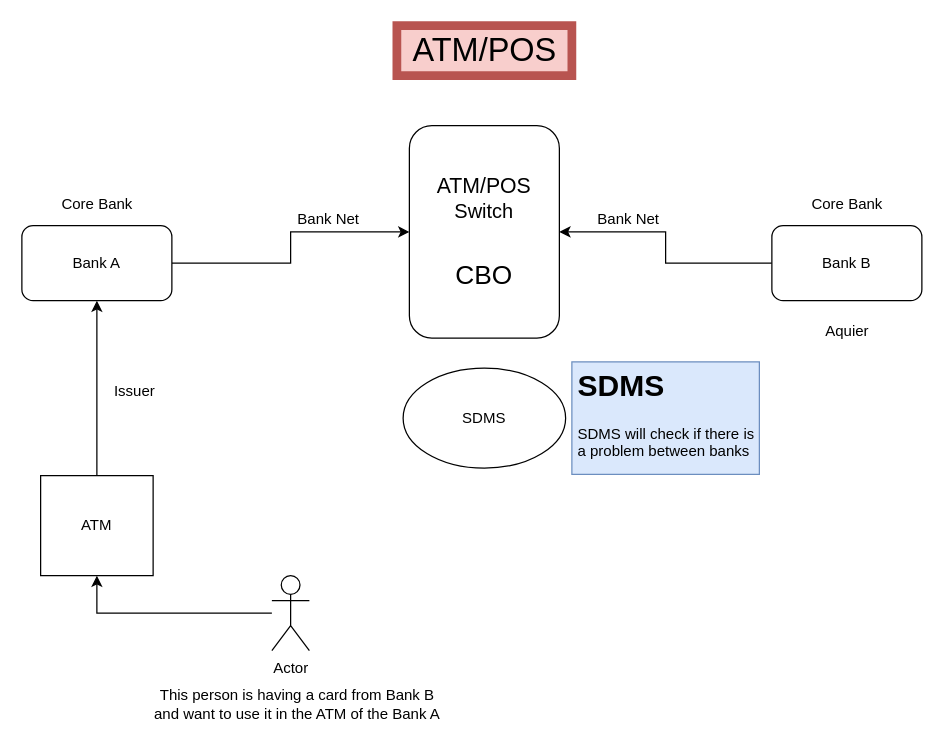
This is ATM-POS.drawio from 7eg/Diagrams, a draw.io file, before an edit. Source tidied: cells renumbered, new cells numbered last; positions are measured from the earlier drawing's top-left corner, leaving out a move shared by most shapes. Both pictures are drawn from the tidied source at 125%, with x=0, y=0 at pixel (21, 25).
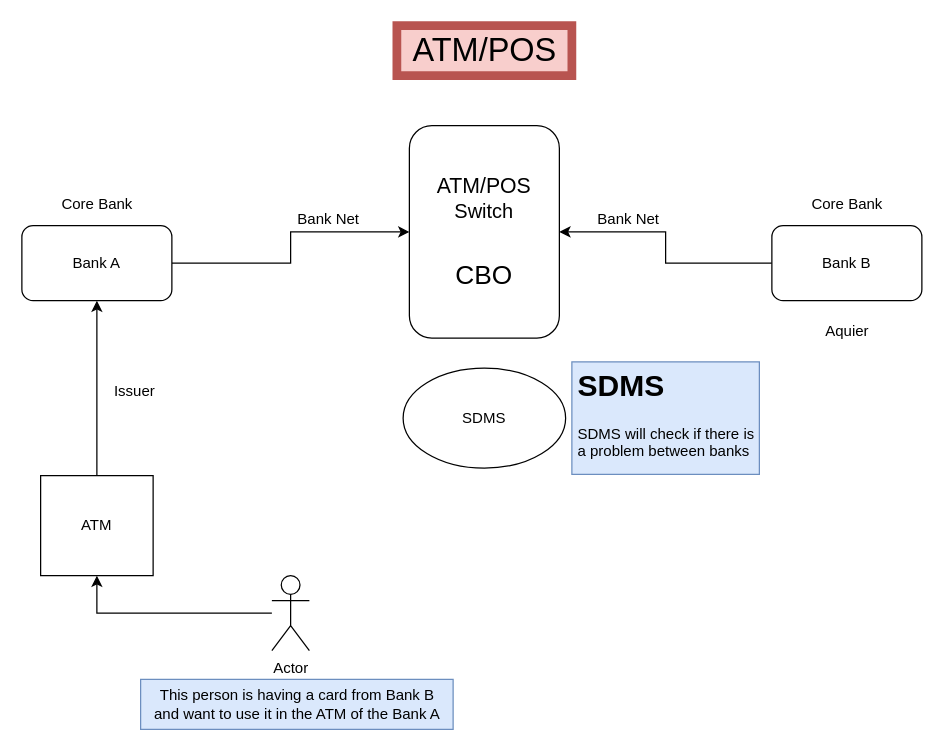
The same diagram, later.

What changed in the source:
```diff
@@
-    <mxCell id="18" value="This person is having a card from Bank B&lt;br&gt;and want to use it in the ATM of the Bank A" style="text;html=1;align=center;verticalAlign=middle;strokeColor=none;fillColor=none;" parent="1" vertex="1">
+    <mxCell id="18" value="This person is having a card from Bank B&lt;br&gt;and want to use it in the ATM of the Bank A" style="text;html=1;align=center;verticalAlign=middle;strokeColor=#6c8ebf;fillColor=#dae8fc;" parent="1" vertex="1">
       <mxGeometry x="95" y="523" width="250" height="40" as="geometry" />
     </mxCell>
```
